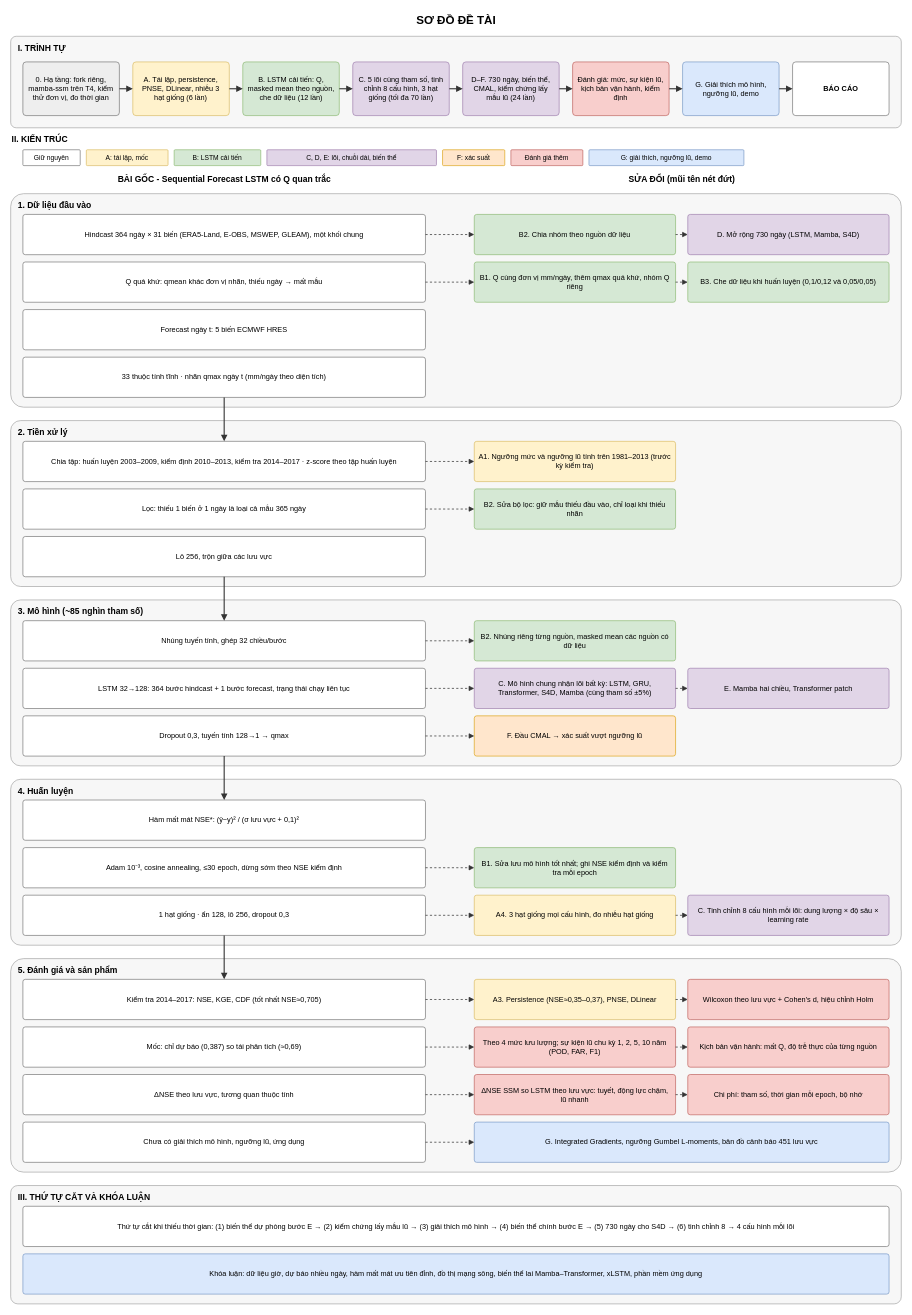
Ticasslo/TieuLuanChuyenNganh keeps this draw.io diagram as Diagrams/ProjectDiagram.drawio. Above is the earlier version. Source tidied: cells renumbered, new cells numbered last; positions are measured from the earlier drawing's top-left corner, leaving out a move shared by most shapes. Both pictures are drawn from the tidied source at 61%, with x=0, y=0 at pixel (10, 10).
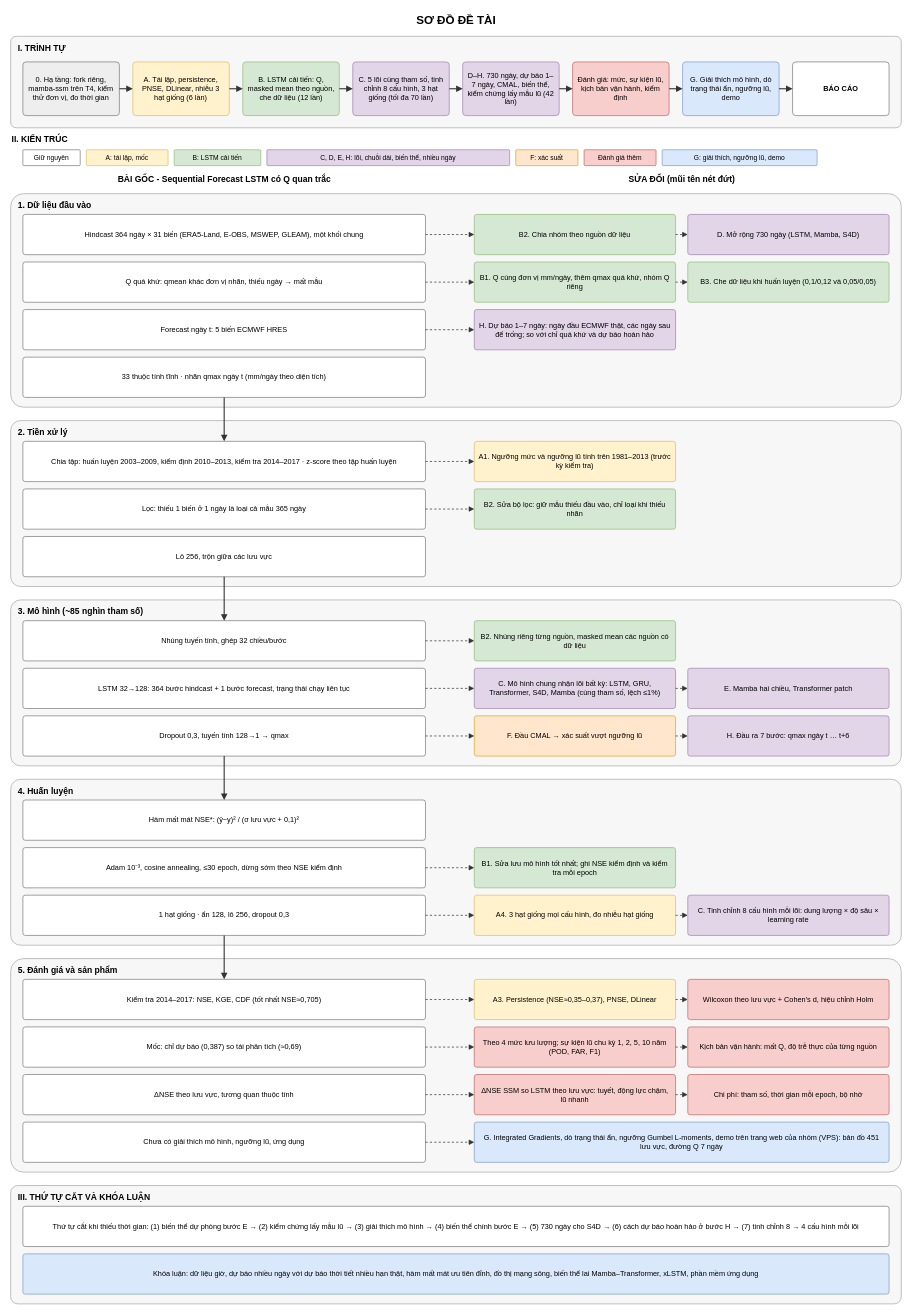
Above is the later version.

The change refers to these unchanged cells:
```xml
<mxCell id="40" value="Forecast ngày t: 5 biến ECMWF HRES" style="rounded=1;arcSize=6;whiteSpace=wrap;html=1;fillColor=#ffffff;strokeColor=#666666;fontSize=12;align=center;spacingLeft=6;spacingRight=6;" parent="1" vertex="1">
  <mxGeometry x="20" y="490" width="660" height="66" as="geometry" />
</mxCell>
<mxCell id="62" value="F. Đầu CMAL → xác suất vượt ngưỡng lũ" style="rounded=1;arcSize=6;whiteSpace=wrap;html=1;fillColor=#ffe6cc;strokeColor=#d79b00;fontSize=12;align=center;spacingLeft=6;spacingRight=6;" parent="1" vertex="1">
  <mxGeometry x="760" y="1156" width="330" height="66" as="geometry" />
</mxCell>
```

Diff of the diagram source:
```diff
@@
-    <mxCell id="11" value="D–F. 730 ngày, biến thể, CMAL, kiểm chứng lấy mẫu lũ (24 lần)" style="rounded=1;arcSize=6;whiteSpace=wrap;html=1;fillColor=#e1d5e7;strokeColor=#9673a6;fontSize=12;align=center;spacingLeft=6;spacingRight=6;" parent="1" vertex="1">
+    <mxCell id="11" value="D–H. 730 ngày, dự báo 1–7 ngày, CMAL, biến thể, kiểm chứng lấy mẫu lũ (42 lần)" style="rounded=1;arcSize=6;whiteSpace=wrap;html=1;fillColor=#e1d5e7;strokeColor=#9673a6;fontSize=12;align=center;spacingLeft=6;spacingRight=6;" parent="1" vertex="1">
       <mxGeometry x="741" y="84" width="158.2" height="88" as="geometry" />
     </mxCell>
@@
-    <mxCell id="15" value="G. Giải thích mô hình, ngưỡng lũ, demo" style="rounded=1;arcSize=6;whiteSpace=wrap;html=1;fillColor=#dae8fc;strokeColor=#6c8ebf;fontSize=12;align=center;spacingLeft=6;spacingRight=6;" parent="1" vertex="1">
+    <mxCell id="15" value="G. Giải thích mô hình, dò trạng thái ẩn, ngưỡng lũ, demo" style="rounded=1;arcSize=6;whiteSpace=wrap;html=1;fillColor=#dae8fc;strokeColor=#6c8ebf;fontSize=12;align=center;spacingLeft=6;spacingRight=6;" parent="1" vertex="1">
       <mxGeometry x="1101.5" y="84" width="158.2" height="88" as="geometry" />
     </mxCell>
@@
-    <mxCell id="23" value="C, D, E: lõi, chuỗi dài, biến thể" style="rounded=1;arcSize=6;whiteSpace=wrap;html=1;fillColor=#e1d5e7;strokeColor=#9673a6;fontSize=11;align=center;spacingLeft=6;spacingRight=6;" parent="1" vertex="1">
-      <mxGeometry x="420" y="228" width="278" height="26" as="geometry" />
+    <mxCell id="23" value="C, D, E, H: lõi, chuỗi dài, biến thể, nhiều ngày" style="rounded=1;arcSize=6;whiteSpace=wrap;html=1;fillColor=#e1d5e7;strokeColor=#9673a6;fontSize=11;align=center;spacingLeft=6;spacingRight=6;" parent="1" vertex="1">
+      <mxGeometry x="420" y="228" width="398" height="26" as="geometry" />
     </mxCell>
     <mxCell id="24" value="F: xác suất" style="rounded=1;arcSize=6;whiteSpace=wrap;html=1;fillColor=#ffe6cc;strokeColor=#d79b00;fontSize=11;align=center;spacingLeft=6;spacingRight=6;" parent="1" vertex="1">
-      <mxGeometry x="708" y="228" width="102" height="26" as="geometry" />
+      <mxGeometry x="828" y="228" width="102" height="26" as="geometry" />
     </mxCell>
     <mxCell id="25" value="Đánh giá thêm" style="rounded=1;arcSize=6;whiteSpace=wrap;html=1;fillColor=#f8cecc;strokeColor=#b85450;fontSize=11;align=center;spacingLeft=6;spacingRight=6;" parent="1" vertex="1">
-      <mxGeometry x="820" y="228" width="118" height="26" as="geometry" />
+      <mxGeometry x="940" y="228" width="118" height="26" as="geometry" />
     </mxCell>
     <mxCell id="26" value="G: giải thích, ngưỡng lũ, demo" style="rounded=1;arcSize=6;whiteSpace=wrap;html=1;fillColor=#dae8fc;strokeColor=#6c8ebf;fontSize=11;align=center;spacingLeft=6;spacingRight=6;" parent="1" vertex="1">
-      <mxGeometry x="948" y="228" width="254" height="26" as="geometry" />
+      <mxGeometry x="1068" y="228" width="254" height="26" as="geometry" />
     </mxCell>
@@
+    <mxCell id="98" value="H. Dự báo 1–7 ngày: ngày đầu ECMWF thật, các ngày sau để trống; so với chỉ quá khứ và dự báo hoàn hảo" style="rounded=1;arcSize=6;whiteSpace=wrap;html=1;fillColor=#e1d5e7;strokeColor=#9673a6;fontSize=12;align=center;spacingLeft=6;spacingRight=6;" parent="1" vertex="1">
+      <mxGeometry x="760" y="490" width="330" height="66" as="geometry" />
+    </mxCell>
+    <mxCell id="99" style="endArrow=block;endFill=1;html=1;rounded=1;edgeStyle=orthogonalEdgeStyle;strokeColor=#333333;dashed=1;strokeWidth=1.2;exitX=1;exitY=0.5;exitDx=0;exitDy=0;entryX=0;entryY=0.5;entryDx=0;entryDy=0;" parent="1" edge="1" source="40" target="98">
+      <mxGeometry relative="1" as="geometry" />
+    </mxCell>
@@
-    <mxCell id="57" value="C. Mô hình chung nhận lõi bất kỳ: LSTM, GRU, Transformer, S4D, Mamba (cùng tham số ±5%)" style="rounded=1;arcSize=6;whiteSpace=wrap;html=1;fillColor=#e1d5e7;strokeColor=#9673a6;fontSize=12;align=center;spacingLeft=6;spacingRight=6;" parent="1" vertex="1">
+    <mxCell id="57" value="C. Mô hình chung nhận lõi bất kỳ: LSTM, GRU, Transformer, S4D, Mamba (cùng tham số, lệch ≤1%)" style="rounded=1;arcSize=6;whiteSpace=wrap;html=1;fillColor=#e1d5e7;strokeColor=#9673a6;fontSize=12;align=center;spacingLeft=6;spacingRight=6;" parent="1" vertex="1">
       <mxGeometry x="760" y="1078" width="330" height="66" as="geometry" />
     </mxCell>
@@
+    <mxCell id="100" value="H. Đầu ra 7 bước: qmax ngày t … t+6" style="rounded=1;arcSize=6;whiteSpace=wrap;html=1;fillColor=#e1d5e7;strokeColor=#9673a6;fontSize=12;align=center;spacingLeft=6;spacingRight=6;" parent="1" vertex="1">
+      <mxGeometry x="1110" y="1156" width="330" height="66" as="geometry" />
+    </mxCell>
+    <mxCell id="101" style="endArrow=block;endFill=1;html=1;rounded=1;edgeStyle=orthogonalEdgeStyle;strokeColor=#333333;dashed=1;strokeWidth=1.2;exitX=1;exitY=0.5;exitDx=0;exitDy=0;entryX=0;entryY=0.5;entryDx=0;entryDy=0;" parent="1" edge="1" source="62" target="100">
+      <mxGeometry relative="1" as="geometry" />
+    </mxCell>
@@
-    <mxCell id="93" value="G. Integrated Gradients, ngưỡng Gumbel L-moments, bản đồ cảnh báo 451 lưu vực" style="rounded=1;arcSize=6;whiteSpace=wrap;html=1;fillColor=#dae8fc;strokeColor=#6c8ebf;fontSize=12;align=center;spacingLeft=6;spacingRight=6;" parent="1" vertex="1">
+    <mxCell id="93" value="G. Integrated Gradients, dò trạng thái ẩn, ngưỡng Gumbel L-moments, demo trên trang web của nhóm (VPS): bản đồ 451 lưu vực, đường Q 7 ngày" style="rounded=1;arcSize=6;whiteSpace=wrap;html=1;fillColor=#dae8fc;strokeColor=#6c8ebf;fontSize=12;align=center;spacingLeft=6;spacingRight=6;" parent="1" vertex="1">
       <mxGeometry x="760" y="1822" width="680" height="66" as="geometry" />
     </mxCell>
@@
-    <mxCell id="96" value="Thứ tự cắt khi thiếu thời gian: (1) biến thể dự phòng bước E → (2) kiểm chứng lấy mẫu lũ → (3) giải thích mô hình → (4) biến thể chính bước E → (5) 730 ngày cho S4D → (6) tinh chỉnh 8 → 4 cấu hình mỗi lõi" style="rounded=1;arcSize=6;whiteSpace=wrap;html=1;fillColor=#ffffff;strokeColor=#666666;fontSize=12;align=center;spacingLeft=6;spacingRight=6;" parent="1" vertex="1">
+    <mxCell id="96" value="Thứ tự cắt khi thiếu thời gian: (1) biến thể dự phòng bước E → (2) kiểm chứng lấy mẫu lũ → (3) giải thích mô hình → (4) biến thể chính bước E → (5) 730 ngày cho S4D → (6) cách dự báo hoàn hảo ở bước H → (7) tinh chỉnh 8 → 4 cấu hình mỗi lõi" style="rounded=1;arcSize=6;whiteSpace=wrap;html=1;fillColor=#ffffff;strokeColor=#666666;fontSize=12;align=center;spacingLeft=6;spacingRight=6;" parent="1" vertex="1">
       <mxGeometry x="20" y="1960" width="1420" height="66" as="geometry" />
     </mxCell>
-    <mxCell id="97" value="Khóa luận: dữ liệu giờ, dự báo nhiều ngày, hàm mất mát ưu tiên đỉnh, đồ thị mạng sông, biến thể lai Mamba–Transformer, xLSTM, phần mềm ứng dụng" style="rounded=1;arcSize=6;whiteSpace=wrap;html=1;fillColor=#dae8fc;strokeColor=#6c8ebf;fontSize=12;align=center;spacingLeft=6;spacingRight=6;" parent="1" vertex="1">
+    <mxCell id="97" value="Khóa luận: dữ liệu giờ, dự báo nhiều ngày với dự báo thời tiết nhiều hạn thật, hàm mất mát ưu tiên đỉnh, đồ thị mạng sông, biến thể lai Mamba–Transformer, xLSTM, phần mềm ứng dụng" style="rounded=1;arcSize=6;whiteSpace=wrap;html=1;fillColor=#dae8fc;strokeColor=#6c8ebf;fontSize=12;align=center;spacingLeft=6;spacingRight=6;" parent="1" vertex="1">
       <mxGeometry x="20" y="2038" width="1420" height="66" as="geometry" />
     </mxCell>
```
